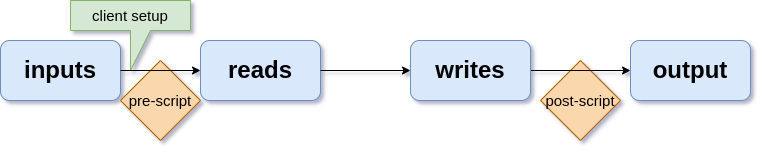
sebt3/kuberest keeps this draw.io diagram as kuberest_flow.png. Above is the earlier version. Source tidied: cells renumbered, new cells last; positions are measured from the earlier drawing's top-left corner, leaving out a move shared by most shapes.
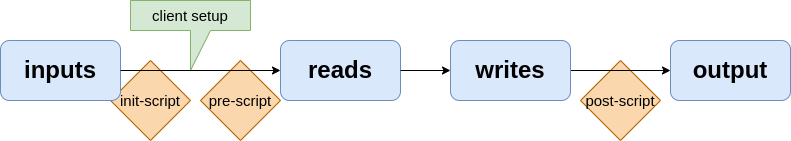
Above is the later version.

Commit message:
Added the init script introduced in 1.2.0

Diff of the diagram source:
```diff
@@ -2,29 +2,32 @@
   <root>
     <mxCell id="0" />
     <mxCell id="1" parent="0" />
+    <mxCell id="12" value="init-script" style="rhombus;whiteSpace=wrap;html=1;fontSize=15;fillColor=#fad7ac;strokeColor=#b46504;" parent="1" vertex="1">
+      <mxGeometry x="99" y="70" width="80" height="80" as="geometry" />
+    </mxCell>
     <mxCell id="2" value="client setup" style="shape=callout;whiteSpace=wrap;html=1;perimeter=calloutPerimeter;fontSize=15;position2=0.5;fillColor=#d5e8d4;strokeColor=#82b366;size=40;position=0.5;" parent="1" vertex="1">
-      <mxGeometry x="70" width="120" height="70" as="geometry" />
+      <mxGeometry x="119" y="10" width="120" height="70" as="geometry" />
     </mxCell>
     <mxCell id="3" value="pre-script" style="rhombus;whiteSpace=wrap;html=1;fontSize=15;fillColor=#fad7ac;strokeColor=#b46504;" parent="1" vertex="1">
-      <mxGeometry x="120" y="60" width="80" height="80" as="geometry" />
+      <mxGeometry x="189" y="70" width="80" height="80" as="geometry" />
     </mxCell>
     <mxCell id="4" value="post-script" style="rhombus;whiteSpace=wrap;html=1;fontSize=15;fillColor=#fad7ac;strokeColor=#b46504;" parent="1" vertex="1">
-      <mxGeometry x="540" y="60" width="80" height="80" as="geometry" />
+      <mxGeometry x="569" y="70" width="80" height="80" as="geometry" />
     </mxCell>
     <mxCell id="5" value="inputs" style="rounded=1;whiteSpace=wrap;html=1;fillColor=#dae8fc;strokeColor=#6c8ebf;fontStyle=1;fontSize=24;" parent="1" vertex="1">
-      <mxGeometry y="40" width="120" height="60" as="geometry" />
+      <mxGeometry x="-11" y="50" width="120" height="60" as="geometry" />
     </mxCell>
     <mxCell id="6" value="reads" style="rounded=1;whiteSpace=wrap;html=1;fillColor=#dae8fc;strokeColor=#6c8ebf;fontStyle=1;fontSize=24;" parent="1" vertex="1">
-      <mxGeometry x="200" y="40" width="120" height="60" as="geometry" />
+      <mxGeometry x="269" y="50" width="120" height="60" as="geometry" />
     </mxCell>
     <mxCell id="7" style="edgeStyle=orthogonalEdgeStyle;rounded=0;jettySize=auto;html=1;exitX=1;exitY=0.5;exitDx=0;exitDy=0;entryX=0;entryY=0.5;entryDx=0;entryDy=0;fontSize=20;" parent="1" edge="1" source="8" target="9">
       <mxGeometry relative="1" as="geometry" />
     </mxCell>
     <mxCell id="8" value="writes" style="rounded=1;whiteSpace=wrap;html=1;fillColor=#dae8fc;strokeColor=#6c8ebf;fontStyle=1;fontSize=24;" parent="1" vertex="1">
-      <mxGeometry x="410" y="40" width="120" height="60" as="geometry" />
+      <mxGeometry x="439" y="50" width="120" height="60" as="geometry" />
     </mxCell>
     <mxCell id="9" value="output" style="rounded=1;whiteSpace=wrap;html=1;fillColor=#dae8fc;strokeColor=#6c8ebf;fontStyle=1;fontSize=24;" parent="1" vertex="1">
-      <mxGeometry x="630" y="40" width="120" height="60" as="geometry" />
+      <mxGeometry x="659" y="50" width="120" height="60" as="geometry" />
     </mxCell>
     <mxCell id="10" style="endArrow=classic;html=1;rounded=0;fontSize=20;exitX=1;exitY=0.5;exitDx=0;exitDy=0;entryX=0;entryY=0.5;entryDx=0;entryDy=0;" parent="1" edge="1" source="5" target="6">
       <mxGeometry relative="1" as="geometry" />
```
